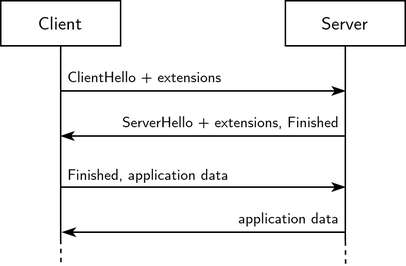
The draw.io diagram report/images/tls-handshake.png in tedski999/dissertation, before a commit. Source tidied: cells renumbered, new cells last; positions are measured from the earlier drawing's top-left corner, leaving out a move shared by most shapes.
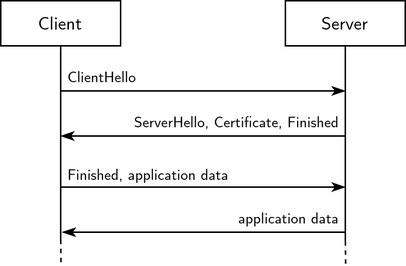
After the change.

Change to the diagram source:
```diff
@@ -38,8 +38,8 @@
         <mxPoint x="230" y="60" as="targetPoint" />
       </mxGeometry>
     </mxCell>
-    <mxCell id="9" value="&lt;div style=&quot;font-size: 10px;&quot;&gt;ClientHello + extensions&lt;br style=&quot;font-size: 10px;&quot;&gt;&lt;/div&gt;" style="text;html=1;align=left;verticalAlign=middle;strokeColor=none;fillColor=none;fontSize=10;fontFamily=Computer Modern;fontSource=http%3A%2F%2Fmirrors.ctan.org%2Ffonts%2Fcm-unicode%2Ffonts%2Fotf%2Fcmunss.otf;" parent="1" vertex="1">
-      <mxGeometry x="43" y="36" width="130" height="30" as="geometry" />
+    <mxCell id="9" value="&lt;div style=&quot;font-size: 10px;&quot;&gt;ClientHello&lt;br style=&quot;font-size: 10px;&quot;&gt;&lt;/div&gt;" style="text;html=1;align=left;verticalAlign=middle;strokeColor=none;fillColor=none;fontSize=10;fontFamily=Computer Modern;fontSource=http%3A%2F%2Fmirrors.ctan.org%2Ffonts%2Fcm-unicode%2Ffonts%2Fotf%2Fcmunss.otf;" parent="1" vertex="1">
+      <mxGeometry x="43" y="36" width="70" height="30" as="geometry" />
     </mxCell>
     <mxCell id="10" style="endArrow=none;html=1;rounded=0;strokeWidth=1;endFill=0;startArrow=classicThin;startFill=1;fontFamily=Computer Modern;fontSource=http%3A%2F%2Fmirrors.ctan.org%2Ffonts%2Fcm-unicode%2Ffonts%2Fotf%2Fcmunss.otf;" parent="1" edge="1">
       <mxGeometry relative="1" as="geometry">
@@ -47,8 +47,8 @@
         <mxPoint x="230" y="90" as="targetPoint" />
       </mxGeometry>
     </mxCell>
-    <mxCell id="11" value="&lt;div style=&quot;font-size: 10px;&quot;&gt;&lt;font style=&quot;font-size: 10px;&quot;&gt;ServerHello + extensions, Finished&lt;br style=&quot;font-size: 10px;&quot;&gt;&lt;/font&gt;&lt;/div&gt;" style="text;html=1;align=right;verticalAlign=middle;strokeColor=none;fillColor=none;fontSize=10;fontFamily=Computer Modern;fontSource=http%3A%2F%2Fmirrors.ctan.org%2Ffonts%2Fcm-unicode%2Ffonts%2Fotf%2Fcmunss.otf;" parent="1" vertex="1">
-      <mxGeometry x="57" y="66" width="170" height="30" as="geometry" />
+    <mxCell id="11" value="&lt;div style=&quot;font-size: 10px;&quot;&gt;&lt;font style=&quot;font-size: 10px;&quot;&gt;ServerHello, Certificate, Finished&lt;br style=&quot;font-size: 10px;&quot;&gt;&lt;/font&gt;&lt;/div&gt;" style="text;html=1;align=right;verticalAlign=middle;strokeColor=none;fillColor=none;fontSize=10;fontFamily=Computer Modern;fontSource=http%3A%2F%2Fmirrors.ctan.org%2Ffonts%2Fcm-unicode%2Ffonts%2Fotf%2Fcmunss.otf;" parent="1" vertex="1">
+      <mxGeometry x="67" y="66" width="160" height="30" as="geometry" />
     </mxCell>
     <mxCell id="12" style="endArrow=classicThin;html=1;rounded=0;strokeWidth=1;endFill=1;fontFamily=Computer Modern;fontSource=http%3A%2F%2Fmirrors.ctan.org%2Ffonts%2Fcm-unicode%2Ffonts%2Fotf%2Fcmunss.otf;" parent="1" edge="1">
       <mxGeometry relative="1" as="geometry">
```
